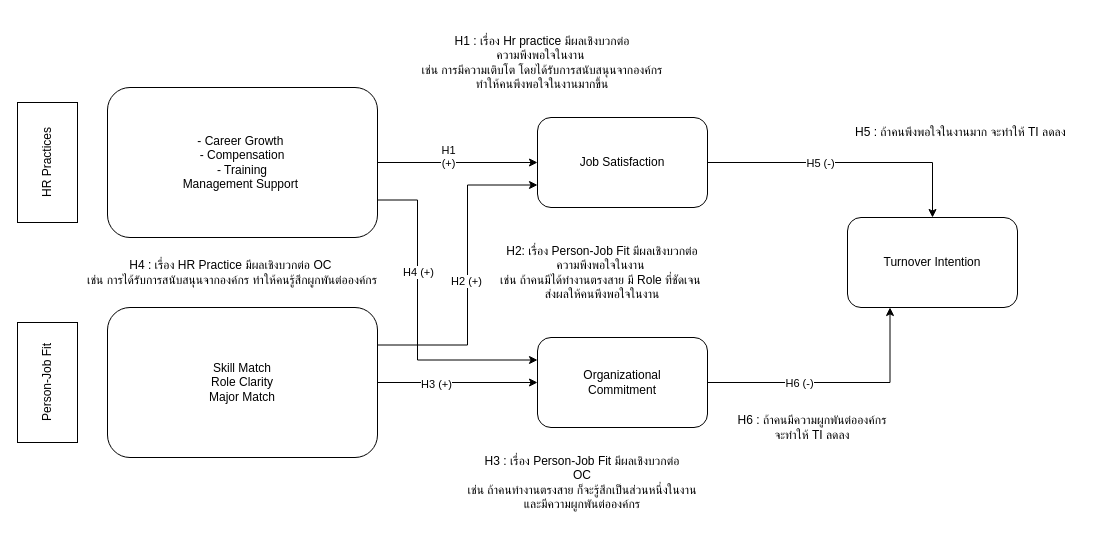
Earlier version of the draw.io diagram design/Design Flow - Turn Intention.drawio (rtmyy/turn-over-prediction). Source tidied: cells renumbered, new cells numbered last; positions are measured from the earlier drawing's top-left corner, leaving out a move shared by most shapes. Both pictures are drawn from the tidied source at 100%, with x=0, y=0 at pixel (-13, 17).
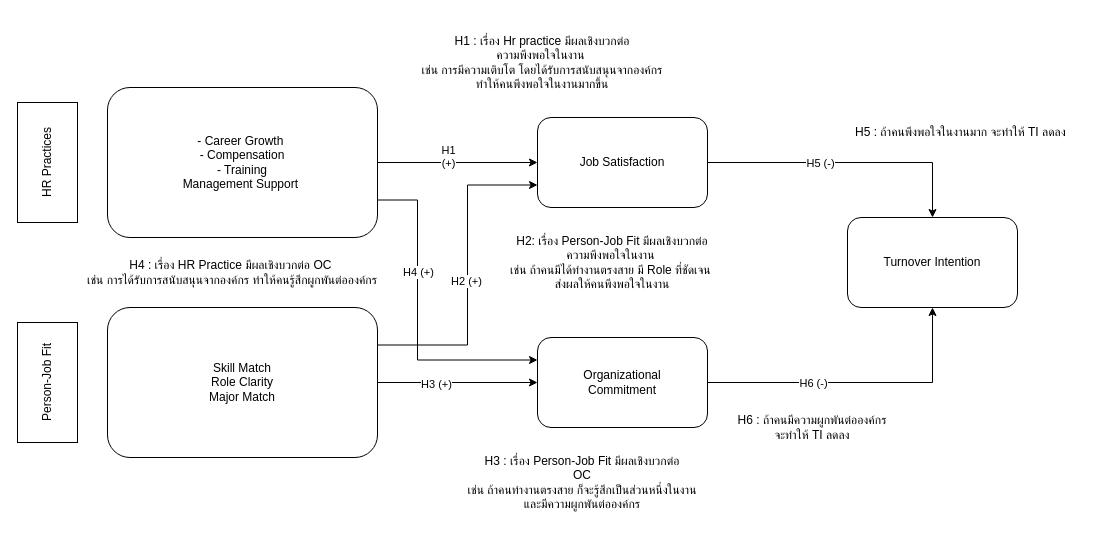
After the change.

The change refers to these unchanged cells:
```xml
<mxCell id="11" value="&lt;div&gt;Skill Match&lt;/div&gt;&lt;div&gt;Role Clarity&lt;/div&gt;&lt;div&gt;Major Match&lt;/div&gt;" style="rounded=1;whiteSpace=wrap;html=1;" parent="1" vertex="1">
  <mxGeometry x="120" y="290" width="270" height="150" as="geometry" />
</mxCell>
<mxCell id="16" value="&lt;div&gt;Job Satisfaction&lt;/div&gt;" style="rounded=1;whiteSpace=wrap;html=1;" parent="1" vertex="1">
  <mxGeometry x="550" y="100" width="170" height="90" as="geometry" />
</mxCell>
<mxCell id="19" value="&lt;div&gt;Organizational&lt;br&gt;Commitment&lt;/div&gt;" style="rounded=1;whiteSpace=wrap;html=1;" parent="1" vertex="1">
  <mxGeometry x="550" y="320" width="170" height="90" as="geometry" />
</mxCell>
<mxCell id="20" value="&lt;div&gt;Turnover Intention&lt;/div&gt;" style="rounded=1;whiteSpace=wrap;html=1;" parent="1" vertex="1">
  <mxGeometry x="860" y="200" width="170" height="90" as="geometry" />
</mxCell>
```

What changed in the source:
```diff
@@
     <mxCell id="7" style="edgeStyle=orthogonalEdgeStyle;rounded=0;jettySize=auto;html=1;entryX=0;entryY=0.75;entryDx=0;entryDy=0;exitX=1;exitY=0.25;exitDx=0;exitDy=0;" parent="1" edge="1" source="11" target="16">
       <mxGeometry relative="1" as="geometry">
         <Array as="points">
-          <mxPoint x="480" y="327" />
-          <mxPoint x="480" y="167" />
+          <mxPoint x="480" y="328" />
+          <mxPoint x="480" y="168" />
         </Array>
       </mxGeometry>
     </mxCell>
@@
-    <mxCell id="17" style="edgeStyle=orthogonalEdgeStyle;rounded=0;jettySize=auto;html=1;entryX=0.25;entryY=1;entryDx=0;entryDy=0;" parent="1" edge="1" source="19" target="20">
-      <mxGeometry relative="1" as="geometry" />
+    <mxCell id="17" style="edgeStyle=orthogonalEdgeStyle;rounded=0;jettySize=auto;html=1;entryX=0.5;entryY=1;entryDx=0;entryDy=0;" parent="1" edge="1" source="19" target="20">
+      <mxGeometry relative="1" as="geometry">
+        <Array as="points">
+          <mxPoint x="945" y="365" />
+        </Array>
+      </mxGeometry>
     </mxCell>
@@
     <mxCell id="22" value="H2: เรื่อง Person-Job Fit มีผลเชิงบวกต่อ&lt;br&gt;ความพึงพอใจในงาน&amp;nbsp;&lt;br&gt;เช่น ถ้าคนมีได้ทำงานตรงสาย มี Role ที่ชัดเจน&amp;nbsp;&lt;div&gt;ส่งผลให้คนพึงพอใจในงาน&lt;/div&gt;" style="text;html=1;whiteSpace=wrap;strokeColor=none;fillColor=none;align=center;verticalAlign=middle;rounded=0;" parent="1" vertex="1">
-      <mxGeometry x="490" y="210" width="250" height="90" as="geometry" />
+      <mxGeometry x="500" y="200" width="250" height="90" as="geometry" />
     </mxCell>
```
